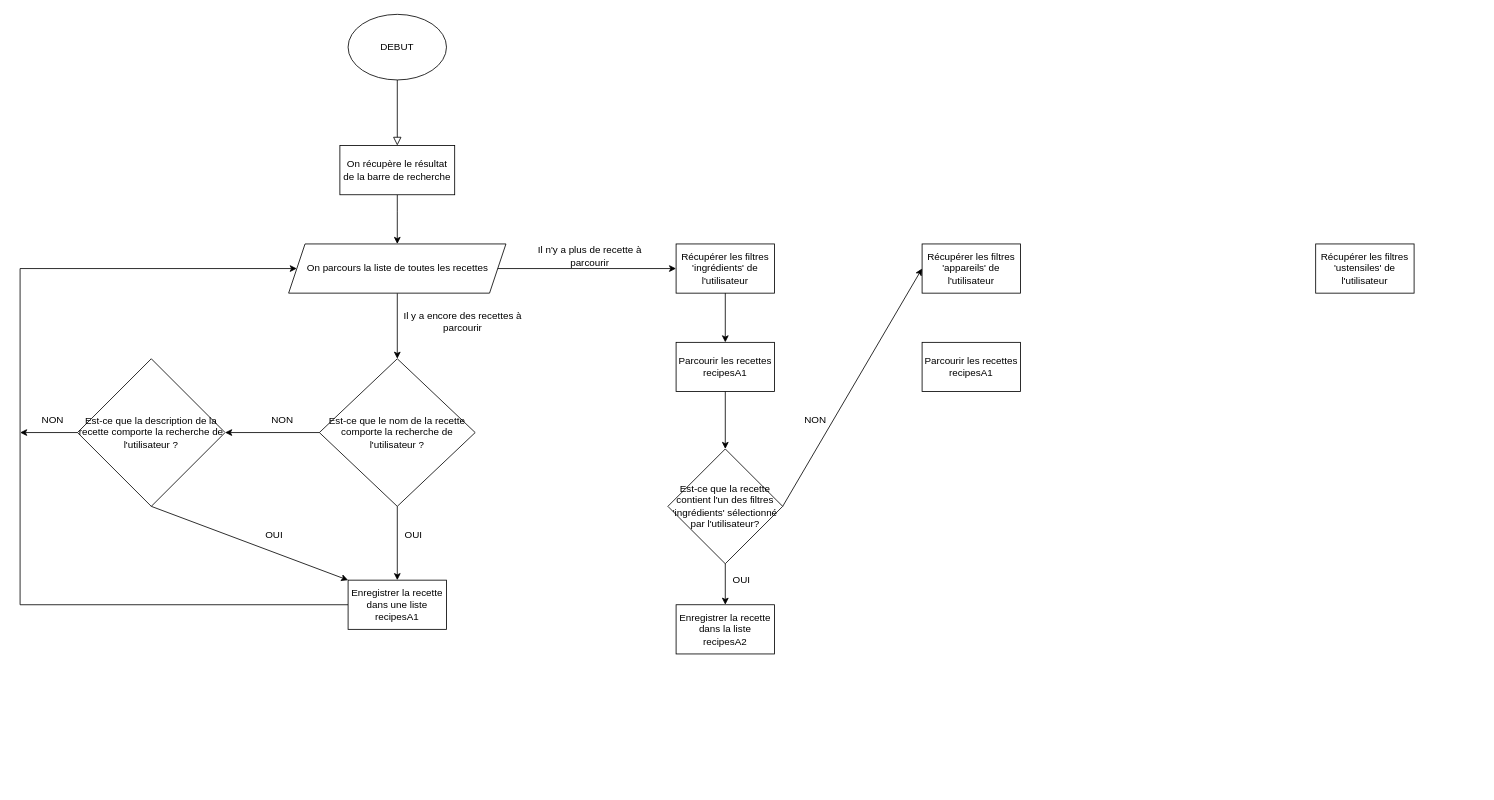
Earlier version of the draw.io diagram Diagramme sans nom.drawio (marlener87/P7_algorigramme). Source tidied: cells renumbered, new cells numbered last; positions are measured from the earlier drawing's top-left corner, leaving out a move shared by most shapes. Both pictures are drawn from the tidied source at 82%, with x=0, y=0 at pixel (20, 14).
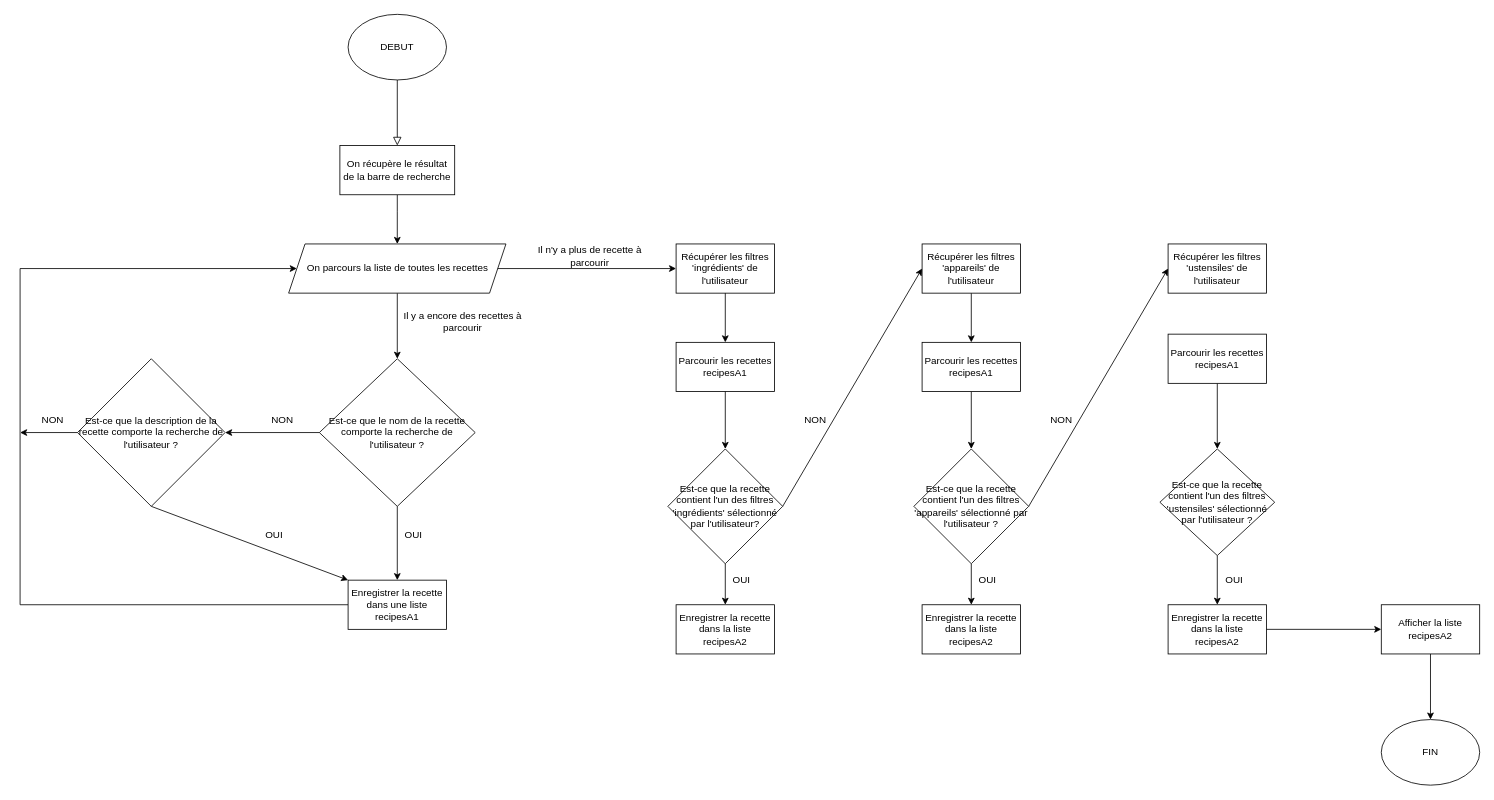
The same diagram, later.

Commit message:
Mettre à jour Diagramme sans nom.drawio

The change refers to these unchanged cells:
```xml
<mxCell id="22" value="Récupérer les filtres 'appareils' de l'utilisateur" style="rounded=0;whiteSpace=wrap;html=1;" parent="1" vertex="1">
  <mxGeometry x="1100" y="280" width="120" height="60" as="geometry" />
</mxCell>
<mxCell id="35" value="Parcourir les recettes recipesA1" style="rounded=0;whiteSpace=wrap;html=1;" parent="1" vertex="1">
  <mxGeometry x="1100" y="400" width="120" height="60" as="geometry" />
</mxCell>
```

The edit, as a diff of the source:
```diff
@@
+    <mxCell id="36" style="edgeStyle=orthogonalEdgeStyle;rounded=0;jettySize=auto;html=1;" parent="1" edge="1" source="22" target="35">
+      <mxGeometry relative="1" as="geometry" />
+    </mxCell>
@@
     <mxCell id="23" value="Récupérer les filtres 'ustensiles' de l'utilisateur" style="rounded=0;whiteSpace=wrap;html=1;" parent="1" vertex="1">
-      <mxGeometry x="1580" y="280" width="120" height="60" as="geometry" />
+      <mxGeometry x="1400" y="280" width="120" height="60" as="geometry" />
     </mxCell>
@@
+    <mxCell id="37" style="edgeStyle=orthogonalEdgeStyle;rounded=0;jettySize=auto;html=1;" parent="1" edge="1" source="35" target="39">
+      <mxGeometry relative="1" as="geometry" />
+    </mxCell>
@@
+    <mxCell id="38" style="edgeStyle=orthogonalEdgeStyle;rounded=0;jettySize=auto;html=1;" parent="1" edge="1" source="39" target="40">
+      <mxGeometry relative="1" as="geometry" />
+    </mxCell>
+    <mxCell id="39" value="Est-ce que la recette contient l'un des filtres 'appareils' sélectionné par l'utilisateur ?" style="rhombus;whiteSpace=wrap;html=1;" parent="1" vertex="1">
+      <mxGeometry x="1090" y="530" width="140" height="140" as="geometry" />
+    </mxCell>
+    <mxCell id="40" value="Enregistrer la recette dans la liste recipesA2" style="rounded=0;whiteSpace=wrap;html=1;" parent="1" vertex="1">
+      <mxGeometry x="1100" y="720" width="120" height="60" as="geometry" />
+    </mxCell>
+    <mxCell id="41" value="OUI" style="text;html=1;strokeColor=none;fillColor=none;align=center;verticalAlign=middle;whiteSpace=wrap;rounded=0;" parent="1" vertex="1">
+      <mxGeometry x="1150" y="675" width="60" height="30" as="geometry" />
+    </mxCell>
+    <mxCell id="42" style="endArrow=classic;html=1;rounded=0;exitX=1;exitY=0.5;exitDx=0;exitDy=0;entryX=0;entryY=0.5;entryDx=0;entryDy=0;" parent="1" edge="1" source="39" target="23">
+      <mxGeometry relative="1" as="geometry" />
+    </mxCell>
+    <mxCell id="43" value="NON" style="text;html=1;strokeColor=none;fillColor=none;align=center;verticalAlign=middle;whiteSpace=wrap;rounded=0;" parent="1" vertex="1">
+      <mxGeometry x="1240" y="480" width="60" height="30" as="geometry" />
+    </mxCell>
+    <mxCell id="44" style="edgeStyle=orthogonalEdgeStyle;rounded=0;jettySize=auto;html=1;" parent="1" edge="1" source="45" target="47">
+      <mxGeometry relative="1" as="geometry" />
+    </mxCell>
+    <mxCell id="45" value="Parcourir les recettes recipesA1" style="rounded=0;whiteSpace=wrap;html=1;" parent="1" vertex="1">
+      <mxGeometry x="1400" y="390" width="120" height="60" as="geometry" />
+    </mxCell>
+    <mxCell id="46" style="edgeStyle=orthogonalEdgeStyle;rounded=0;jettySize=auto;html=1;" parent="1" edge="1" source="47" target="48">
+      <mxGeometry relative="1" as="geometry" />
+    </mxCell>
+    <mxCell id="47" value="Est-ce que la recette contient l'un des filtres 'ustensiles' sélectionné par l'utilisateur ?" style="rhombus;whiteSpace=wrap;html=1;" parent="1" vertex="1">
+      <mxGeometry x="1390" y="530" width="140" height="130" as="geometry" />
+    </mxCell>
+    <mxCell id="48" value="Enregistrer la recette dans la liste recipesA2" style="rounded=0;whiteSpace=wrap;html=1;" parent="1" vertex="1">
+      <mxGeometry x="1400" y="720" width="120" height="60" as="geometry" />
+    </mxCell>
+    <mxCell id="49" value="OUI" style="text;html=1;strokeColor=none;fillColor=none;align=center;verticalAlign=middle;whiteSpace=wrap;rounded=0;" parent="1" vertex="1">
+      <mxGeometry x="1451" y="675" width="60" height="30" as="geometry" />
+    </mxCell>
+    <mxCell id="50" style="edgeStyle=orthogonalEdgeStyle;rounded=0;jettySize=auto;html=1;" parent="1" edge="1" source="51" target="53">
+      <mxGeometry relative="1" as="geometry" />
+    </mxCell>
+    <mxCell id="51" value="Afficher la liste recipesA2" style="rounded=0;whiteSpace=wrap;html=1;" parent="1" vertex="1">
+      <mxGeometry x="1660" y="720" width="120" height="60" as="geometry" />
+    </mxCell>
+    <mxCell id="52" style="endArrow=classic;html=1;rounded=0;exitX=1;exitY=0.5;exitDx=0;exitDy=0;entryX=0;entryY=0.5;entryDx=0;entryDy=0;" parent="1" edge="1" source="48" target="51">
+      <mxGeometry relative="1" as="geometry" />
+    </mxCell>
+    <mxCell id="53" value="FIN" style="ellipse;whiteSpace=wrap;html=1;" parent="1" vertex="1">
+      <mxGeometry x="1660" y="860" width="120" height="80" as="geometry" />
+    </mxCell>
```
